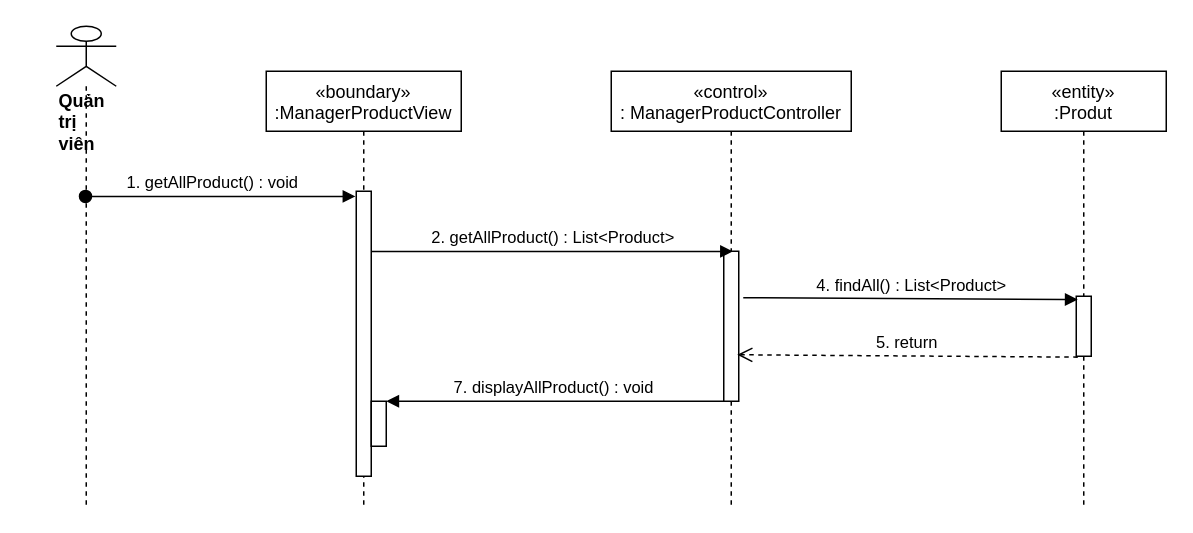
Above: sequence diagram/view-products-manager-sequence.drawio in nguyenphamvan/datn_20202 (draw.io), before the change. Source tidied: cells renumbered, new cells numbered last; positions are measured from the earlier drawing's top-left corner, leaving out a move shared by most shapes. Both pictures are drawn from the tidied source at 150%, with x=0, y=0 at pixel (56, 26).
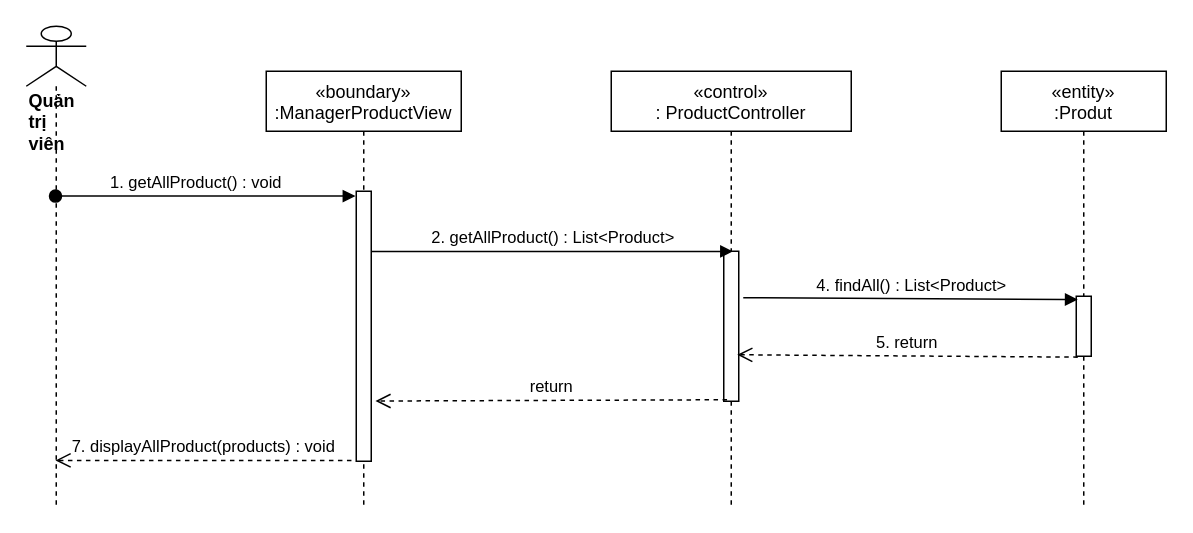
Above is the later version.

Diff of the diagram source:
```diff
@@
 <mxGraphModel>
   <root>
     <mxCell id="0" />
     <mxCell id="1" parent="0" />
     <mxCell id="2" value="«boundary»&#10;:ManagerProductView" style="shape=umlLifeline;perimeter=lifelinePerimeter;rounded=0;shadow=0;strokeWidth=1;" parent="1" vertex="1">
       <mxGeometry x="140" y="30" width="130" height="290" as="geometry" />
     </mxCell>
     <mxCell id="3" style="points=[];perimeter=orthogonalPerimeter;rounded=0;shadow=0;strokeWidth=1;" parent="2" vertex="1">
-      <mxGeometry x="60" y="80" width="10" height="190" as="geometry" />
+      <mxGeometry x="60" y="80" width="10" height="180" as="geometry" />
     </mxCell>
-    <mxCell id="4" style="html=1;points=[];perimeter=orthogonalPerimeter;" parent="2" vertex="1">
-      <mxGeometry x="70" y="220" width="10" height="30" as="geometry" />
-    </mxCell>
-    <mxCell id="5" value="«control»&#10;: ManagerProductController" style="shape=umlLifeline;perimeter=lifelinePerimeter;rounded=0;shadow=0;strokeWidth=1;" parent="1" vertex="1">
+    <mxCell id="5" value="«control»&#10;: ProductController" style="shape=umlLifeline;perimeter=lifelinePerimeter;rounded=0;shadow=0;strokeWidth=1;" parent="1" vertex="1">
       <mxGeometry x="370" y="30" width="160" height="290" as="geometry" />
     </mxCell>
     <mxCell id="6" style="points=[];perimeter=orthogonalPerimeter;rounded=0;shadow=0;strokeWidth=1;" parent="5" vertex="1">
       <mxGeometry x="75" y="120" width="10" height="100" as="geometry" />
     </mxCell>
     <mxCell id="7" value="&lt;div&gt;&lt;b&gt;Quản trị viên&lt;/b&gt;&lt;/div&gt;" style="shape=umlLifeline;participant=umlActor;perimeter=lifelinePerimeter;whiteSpace=wrap;html=1;verticalAlign=top;spacingTop=36;outlineConnect=0;align=left;size=40;" parent="1" vertex="1">
-      <mxGeometry width="40" height="320" as="geometry" />
+      <mxGeometry x="-20" width="40" height="320" as="geometry" />
     </mxCell>
     <mxCell id="8" value="1. getAllProduct() : void" style="verticalAlign=bottom;startArrow=oval;endArrow=block;startSize=8;shadow=0;strokeWidth=1;entryX=-0.05;entryY=0.018;entryDx=0;entryDy=0;entryPerimeter=0;" parent="1" edge="1" source="7" target="3">
       <mxGeometry x="-0.06" relative="1" as="geometry" />
     </mxCell>
     <mxCell id="9" value="2. getAllProduct() : List&amp;lt;Product&amp;gt;" style="html=1;verticalAlign=bottom;endArrow=block;entryX=0.617;entryY=0.001;entryDx=0;entryDy=0;entryPerimeter=0;" parent="1" edge="1" source="3" target="6">
       <mxGeometry relative="1" as="geometry" />
     </mxCell>
-    <mxCell id="10" value="7. displayAllProduct() : void" style="verticalAlign=bottom;endArrow=block;shadow=0;strokeWidth=1;" parent="1" edge="1" source="6" target="4">
-      <mxGeometry relative="1" as="geometry" />
-    </mxCell>
     <mxCell id="11" value="«entity»&#10;:Produt" style="shape=umlLifeline;perimeter=lifelinePerimeter;rounded=0;shadow=0;strokeWidth=1;" parent="1" vertex="1">
       <mxGeometry x="630" y="30" width="110" height="290" as="geometry" />
     </mxCell>
     <mxCell id="12" style="points=[];perimeter=orthogonalPerimeter;rounded=0;shadow=0;strokeWidth=1;" parent="11" vertex="1">
       <mxGeometry x="50" y="150" width="10" height="40" as="geometry" />
     </mxCell>
     <mxCell id="13" value="4. findAll() : List&amp;lt;Product&amp;gt;" style="html=1;verticalAlign=bottom;endArrow=block;entryX=0.1;entryY=0.055;entryDx=0;entryDy=0;entryPerimeter=0;exitX=1.3;exitY=0.31;exitDx=0;exitDy=0;exitPerimeter=0;" parent="1" edge="1" source="6" target="12">
       <mxGeometry relative="1" as="geometry" />
     </mxCell>
     <mxCell id="14" value="5. return" style="html=1;verticalAlign=bottom;endArrow=open;dashed=1;endSize=8;exitX=0.1;exitY=1.015;exitDx=0;exitDy=0;exitPerimeter=0;entryX=0.9;entryY=0.69;entryDx=0;entryDy=0;entryPerimeter=0;" parent="1" edge="1" source="12" target="6">
       <mxGeometry relative="1" as="geometry" />
     </mxCell>
+    <mxCell id="15" value="return" style="html=1;verticalAlign=bottom;endArrow=open;dashed=1;endSize=8;exitX=0.22;exitY=0.99;exitDx=0;exitDy=0;exitPerimeter=0;entryX=1.28;entryY=0.777;entryDx=0;entryDy=0;entryPerimeter=0;" parent="1" edge="1" source="6" target="3">
+      <mxGeometry relative="1" as="geometry" />
+    </mxCell>
+    <mxCell id="16" value="7. displayAllProduct(products) : void" style="html=1;verticalAlign=bottom;endArrow=open;dashed=1;endSize=8;exitX=-0.32;exitY=0.997;exitDx=0;exitDy=0;exitPerimeter=0;" parent="1" edge="1" source="3" target="7">
+      <mxGeometry relative="1" as="geometry" />
+    </mxCell>
   </root>
 </mxGraphModel>
```
